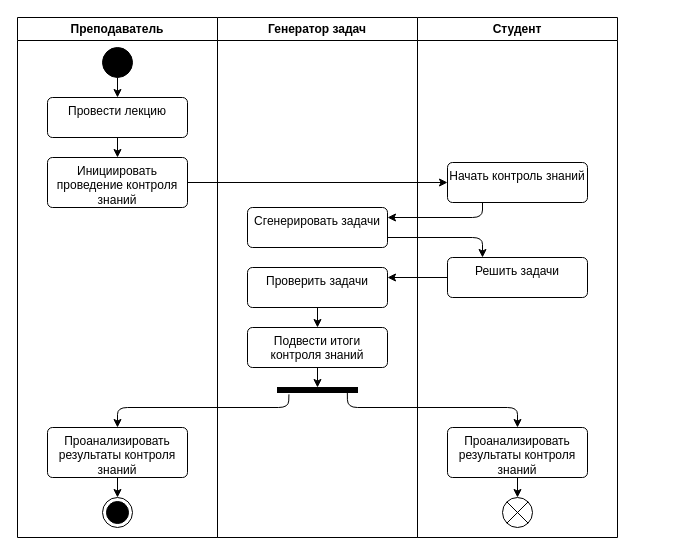
Before: docs/diagrams/raw/lecture.drawio in aVorotnikov/ontologer, a draw.io diagram. Source tidied: cells renumbered, new cells numbered last; positions are measured from the earlier drawing's top-left corner, leaving out a move shared by most shapes. Both pictures are drawn from the tidied source at 100%, with x=0, y=0 at pixel (17, 17).
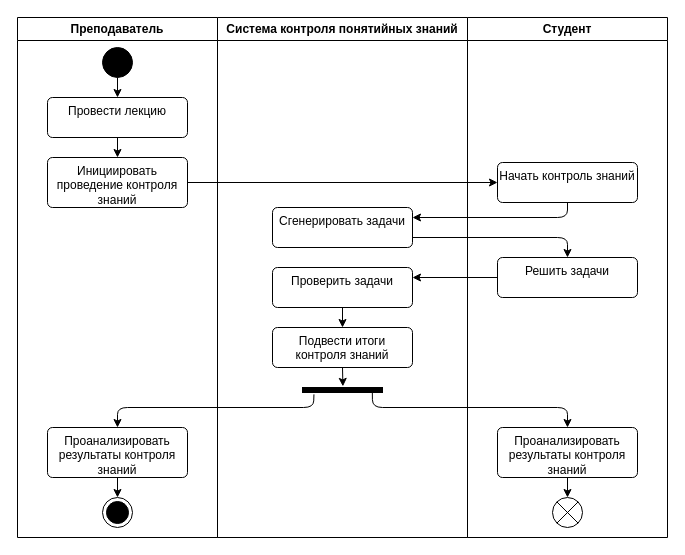
After the change.

Commit message (it also covers changes not shown here):
Исправлена диаграмма деятельности

Unchanged cells that the change refers to:
```xml
<mxCell id="8" value="Проанализировать результаты контроля знаний" style="html=1;align=center;verticalAlign=top;rounded=1;absoluteArcSize=1;arcSize=10;dashed=0;whiteSpace=wrap;" parent="2" vertex="1">
  <mxGeometry x="30" y="410" width="140" height="50" as="geometry" />
</mxCell>
<mxCell id="19" value="Начать контроль знаний" style="html=1;align=center;verticalAlign=top;rounded=1;absoluteArcSize=1;arcSize=10;dashed=0;whiteSpace=wrap;" parent="18" vertex="1">
  <mxGeometry x="30" y="145" width="140" height="40" as="geometry" />
</mxCell>
<mxCell id="20" value="Решить задачи" style="html=1;align=center;verticalAlign=top;rounded=1;absoluteArcSize=1;arcSize=10;dashed=0;whiteSpace=wrap;" parent="18" vertex="1">
  <mxGeometry x="30" y="240" width="140" height="40" as="geometry" />
</mxCell>
<mxCell id="21" value="Проанализировать результаты контроля знаний" style="html=1;align=center;verticalAlign=top;rounded=1;absoluteArcSize=1;arcSize=10;dashed=0;whiteSpace=wrap;" parent="18" vertex="1">
  <mxGeometry x="30" y="410" width="140" height="50" as="geometry" />
</mxCell>
```

The edit, as a diff of the source:
```diff
@@
-    <mxCell id="11" value="Генератор задач" style="swimlane;whiteSpace=wrap;html=1;" parent="1" vertex="1">
-      <mxGeometry x="200" width="200" height="520" as="geometry" />
+    <mxCell id="11" value="Система контроля понятийных знаний" style="swimlane;whiteSpace=wrap;html=1;" parent="1" vertex="1">
+      <mxGeometry x="200" width="250" height="520" as="geometry" />
     </mxCell>
     <mxCell id="12" value="Сгенерировать задачи" style="html=1;align=center;verticalAlign=top;rounded=1;absoluteArcSize=1;arcSize=10;dashed=0;whiteSpace=wrap;" parent="11" vertex="1">
-      <mxGeometry x="30" y="190" width="140" height="40" as="geometry" />
+      <mxGeometry x="55" y="190" width="140" height="40" as="geometry" />
     </mxCell>
     <mxCell id="13" value="Проверить задачи" style="html=1;align=center;verticalAlign=top;rounded=1;absoluteArcSize=1;arcSize=10;dashed=0;whiteSpace=wrap;" parent="11" vertex="1">
-      <mxGeometry x="30" y="250" width="140" height="40" as="geometry" />
+      <mxGeometry x="55" y="250" width="140" height="40" as="geometry" />
     </mxCell>
     <mxCell id="14" value="Подвести итоги контроля знаний" style="html=1;align=center;verticalAlign=top;rounded=1;absoluteArcSize=1;arcSize=10;dashed=0;whiteSpace=wrap;" parent="11" vertex="1">
-      <mxGeometry x="30" y="310" width="140" height="40" as="geometry" />
+      <mxGeometry x="55" y="310" width="140" height="40" as="geometry" />
     </mxCell>
@@
     <mxCell id="16" style="html=1;points=[];perimeter=orthogonalPerimeter;fillColor=strokeColor;direction=south;" parent="11" vertex="1">
-      <mxGeometry x="60" y="370" width="80" height="5" as="geometry" />
+      <mxGeometry x="85" y="370" width="80" height="5" as="geometry" />
     </mxCell>
-    <mxCell id="17" style="endArrow=classic;html=1;rounded=0;exitX=0.5;exitY=1;exitDx=0;exitDy=0;" parent="11" edge="1" source="14">
-      <mxGeometry relative="1" as="geometry">
-        <mxPoint x="100" y="370" as="targetPoint" />
-      </mxGeometry>
+    <mxCell id="17" style="endArrow=classic;html=1;rounded=0;exitX=0.5;exitY=1;exitDx=0;exitDy=0;entryX=-0.227;entryY=0.495;entryDx=0;entryDy=0;entryPerimeter=0;" parent="11" edge="1" source="14" target="16">
+      <mxGeometry relative="1" as="geometry" />
     </mxCell>
     <mxCell id="18" value="Студент" style="swimlane;whiteSpace=wrap;html=1;" parent="1" vertex="1">
-      <mxGeometry x="400" width="200" height="520" as="geometry" />
+      <mxGeometry x="450" width="200" height="520" as="geometry" />
     </mxCell>
@@
-    <mxCell id="25" style="endArrow=classic;html=1;rounded=1;exitX=0.25;exitY=1;exitDx=0;exitDy=0;entryX=1;entryY=0.25;entryDx=0;entryDy=0;curved=0;" parent="1" edge="1" source="19" target="12">
+    <mxCell id="25" style="endArrow=classic;html=1;rounded=1;exitX=0.5;exitY=1;exitDx=0;exitDy=0;entryX=1;entryY=0.25;entryDx=0;entryDy=0;curved=0;" parent="1" edge="1" source="19" target="12">
       <mxGeometry relative="1" as="geometry">
         <Array as="points">
-          <mxPoint x="465" y="200" />
+          <mxPoint x="550" y="200" />
         </Array>
       </mxGeometry>
     </mxCell>
-    <mxCell id="26" style="endArrow=classic;html=1;rounded=1;exitX=1;exitY=0.75;exitDx=0;exitDy=0;entryX=0.25;entryY=0;entryDx=0;entryDy=0;curved=0;" parent="1" edge="1" source="12" target="20">
+    <mxCell id="26" style="endArrow=classic;html=1;rounded=1;exitX=1;exitY=0.75;exitDx=0;exitDy=0;entryX=0.5;entryY=0;entryDx=0;entryDy=0;curved=0;" parent="1" edge="1" source="12" target="20">
       <mxGeometry relative="1" as="geometry">
         <Array as="points">
-          <mxPoint x="465" y="220" />
+          <mxPoint x="550" y="220" />
         </Array>
       </mxGeometry>
     </mxCell>
@@
     <mxCell id="28" style="endArrow=classic;html=1;rounded=1;exitX=1.373;exitY=0.857;exitDx=0;exitDy=0;entryX=0.5;entryY=0;entryDx=0;entryDy=0;exitPerimeter=0;curved=0;" parent="1" edge="1" source="16" target="8">
       <mxGeometry relative="1" as="geometry">
         <Array as="points">
-          <mxPoint x="271" y="390" />
+          <mxPoint x="296" y="390" />
           <mxPoint x="100" y="390" />
         </Array>
       </mxGeometry>
     </mxCell>
     <mxCell id="29" style="endArrow=classic;html=1;rounded=1;exitX=0.893;exitY=0.127;exitDx=0;exitDy=0;entryX=0.5;entryY=0;entryDx=0;entryDy=0;exitPerimeter=0;curved=0;" parent="1" edge="1" source="16" target="21">
       <mxGeometry relative="1" as="geometry">
         <Array as="points">
-          <mxPoint x="330" y="390" />
-          <mxPoint x="500" y="390" />
+          <mxPoint x="355" y="390" />
+          <mxPoint x="550" y="390" />
         </Array>
       </mxGeometry>
     </mxCell>
```
